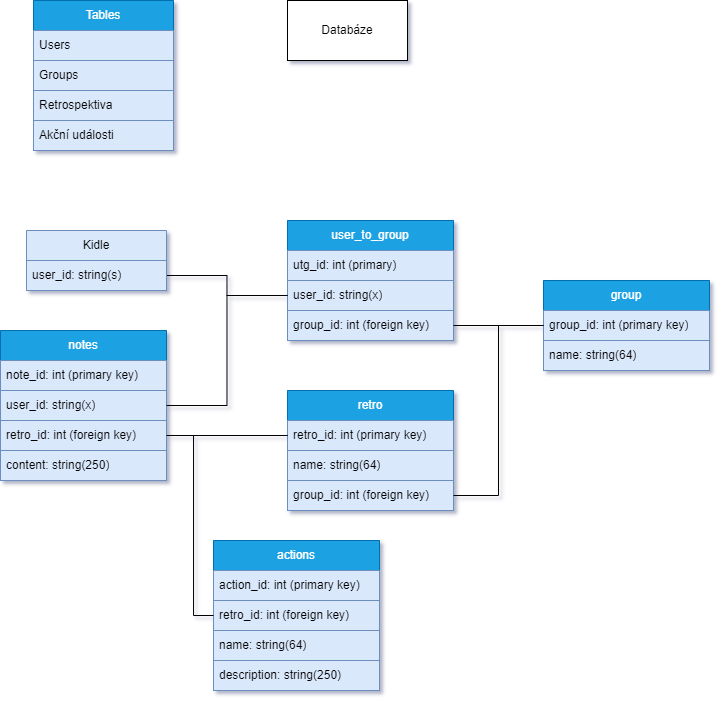
Earlier version of the draw.io export backend/app/database/schemes/Praeterium_DB_scheme.png (ProjNull/Praeteritum). Source tidied: cells renumbered, new cells last; positions are measured from the earlier drawing's top-left corner, leaving out a move shared by most shapes.
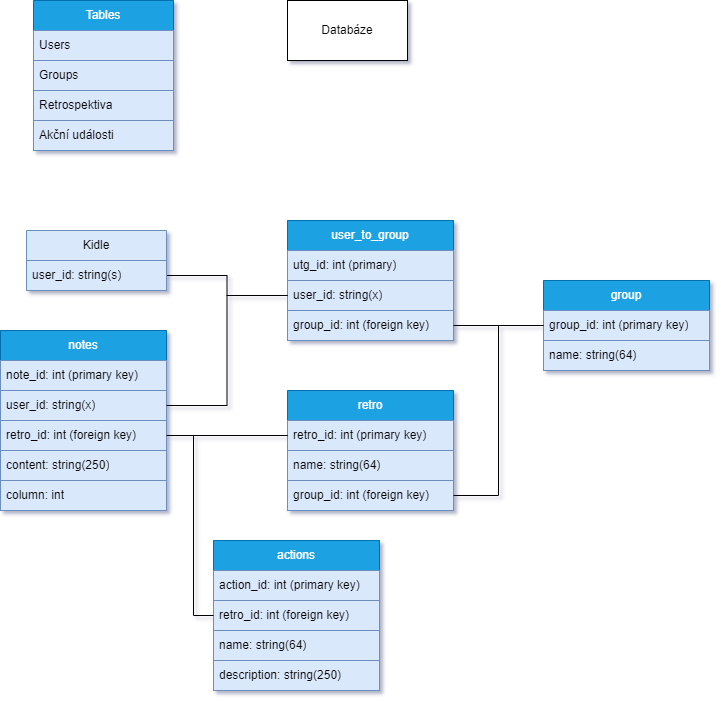
After the commit.

What changed in the source:
```diff
@@ -81,7 +81,7 @@
       <mxGeometry relative="1" as="geometry" />
     </mxCell>
     <mxCell id="28" value="notes" style="swimlane;fontStyle=0;horizontal=1;startSize=30;whiteSpace=wrap;html=1;fillColor=#1ba1e2;fontColor=#ffffff;strokeColor=#006EAF;" parent="1" vertex="1">
-      <mxGeometry y="330" width="166" height="150" as="geometry" />
+      <mxGeometry y="330" width="166" height="180" as="geometry" />
     </mxCell>
     <mxCell id="29" value="note_id: int (primary key)" style="text;strokeColor=#6c8ebf;fillColor=#dae8fc;align=left;verticalAlign=middle;spacingLeft=4;spacingRight=4;overflow=hidden;whiteSpace=wrap;html=1;" parent="28" vertex="1">
       <mxGeometry y="30" width="166" height="30" as="geometry" />
@@ -95,6 +95,9 @@
     <mxCell id="32" value="content: string(250)" style="text;strokeColor=#6c8ebf;fillColor=#dae8fc;align=left;verticalAlign=middle;spacingLeft=4;spacingRight=4;overflow=hidden;whiteSpace=wrap;html=1;" parent="28" vertex="1">
       <mxGeometry y="120" width="166" height="30" as="geometry" />
     </mxCell>
+    <mxCell id="37" value="&lt;span style=&quot;font-weight: normal;&quot;&gt;column: int&lt;/span&gt;" style="text;strokeColor=#6c8ebf;fillColor=#dae8fc;align=left;verticalAlign=middle;spacingLeft=4;spacingRight=4;overflow=hidden;whiteSpace=wrap;html=1;fontStyle=1;" parent="28" vertex="1">
+      <mxGeometry y="150" width="166" height="30" as="geometry" />
+    </mxCell>
     <mxCell id="33" style="edgeStyle=orthogonalEdgeStyle;rounded=0;jettySize=auto;html=1;exitX=0;exitY=0.5;exitDx=0;exitDy=0;startArrow=none;startFill=0;endArrow=none;endFill=0;" parent="1" edge="1" source="23" target="31">
       <mxGeometry relative="1" as="geometry" />
     </mxCell>
```
